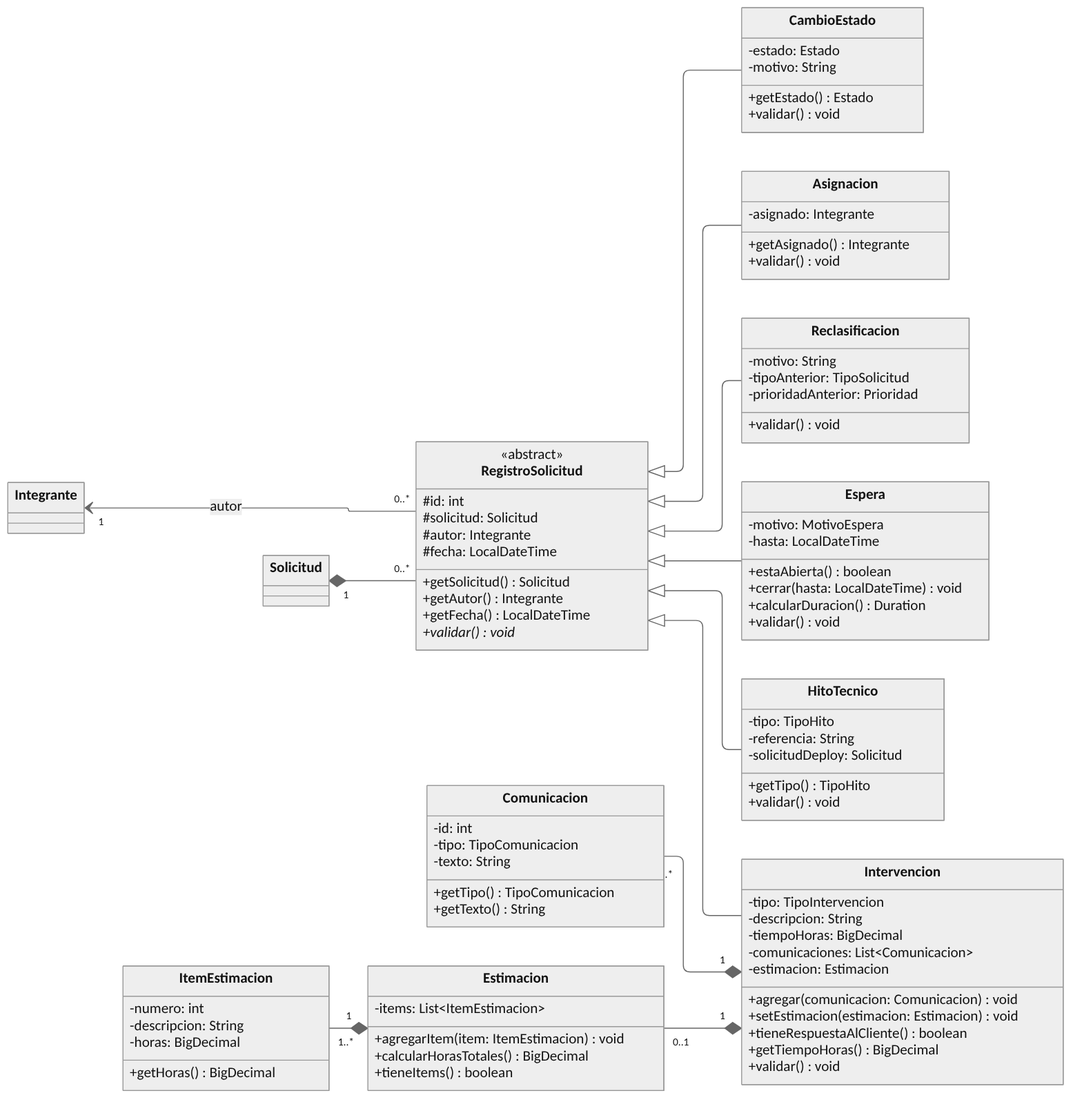
Before: diagramas/10-clases-diseno-2.png, a diagram exported from Mermaid (jvillegas88/sistema-gestion-soporte). Its source is kept beside it as diagramas/10-clases-diseno-2.mmd.
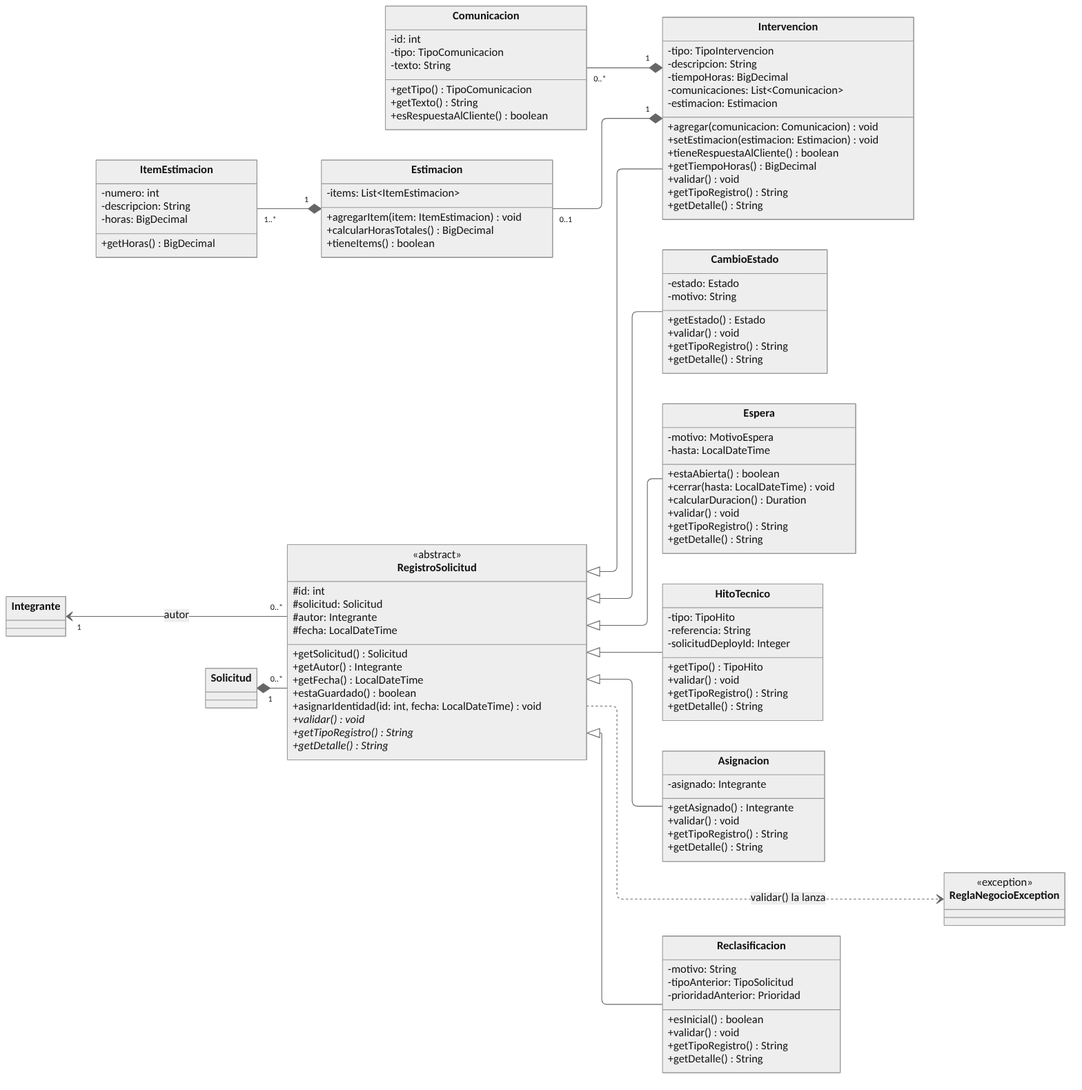
Later version of the same file.

The edit, as a diff of the source:
```diff
@@ -18,7 +18,14 @@
         +getSolicitud() Solicitud
         +getAutor() Integrante
         +getFecha() LocalDateTime
+        +estaGuardado() boolean
+        +asignarIdentidad(id: int, fecha: LocalDateTime) void
         +validar() void*
+        +getTipoRegistro() String*
+        +getDetalle() String*
+    }
+    class ReglaNegocioException {
+        <<exception>>
     }
     class Intervencion {
         -tipo: TipoIntervencion
@@ -31,17 +38,23 @@
         +tieneRespuestaAlCliente() boolean
         +getTiempoHoras() BigDecimal
         +validar() void
+        +getTipoRegistro() String
+        +getDetalle() String
     }
     class Asignacion {
         -asignado: Integrante
         +getAsignado() Integrante
         +validar() void
+        +getTipoRegistro() String
+        +getDetalle() String
     }
     class CambioEstado {
         -estado: Estado
         -motivo: String
         +getEstado() Estado
         +validar() void
+        +getTipoRegistro() String
+        +getDetalle() String
     }
     class Espera {
         -motivo: MotivoEspera
@@ -50,19 +63,26 @@
         +cerrar(hasta: LocalDateTime) void
         +calcularDuracion() Duration
         +validar() void
+        +getTipoRegistro() String
+        +getDetalle() String
     }
     class HitoTecnico {
         -tipo: TipoHito
         -referencia: String
-        -solicitudDeploy: Solicitud
+        -solicitudDeployId: Integer
         +getTipo() TipoHito
         +validar() void
+        +getTipoRegistro() String
+        +getDetalle() String
     }
     class Reclasificacion {
         -motivo: String
         -tipoAnterior: TipoSolicitud
         -prioridadAnterior: Prioridad
+        +esInicial() boolean
         +validar() void
+        +getTipoRegistro() String
+        +getDetalle() String
     }
     class Comunicacion {
         -id: int
@@ -70,6 +90,7 @@
         -texto: String
         +getTipo() TipoComunicacion
         +getTexto() String
+        +esRespuestaAlCliente() boolean
     }
     class Estimacion {
         -items: List~ItemEstimacion~
@@ -91,6 +112,7 @@
     RegistroSolicitud <|-- Espera
     RegistroSolicitud <|-- HitoTecnico
     RegistroSolicitud <|-- Reclasificacion
+    RegistroSolicitud ..> ReglaNegocioException : validar() la lanza
     Comunicacion "0..*" --* "1" Intervencion
     Estimacion "0..1" --* "1" Intervencion
     ItemEstimacion "1..*" --* "1" Estimacion
```
